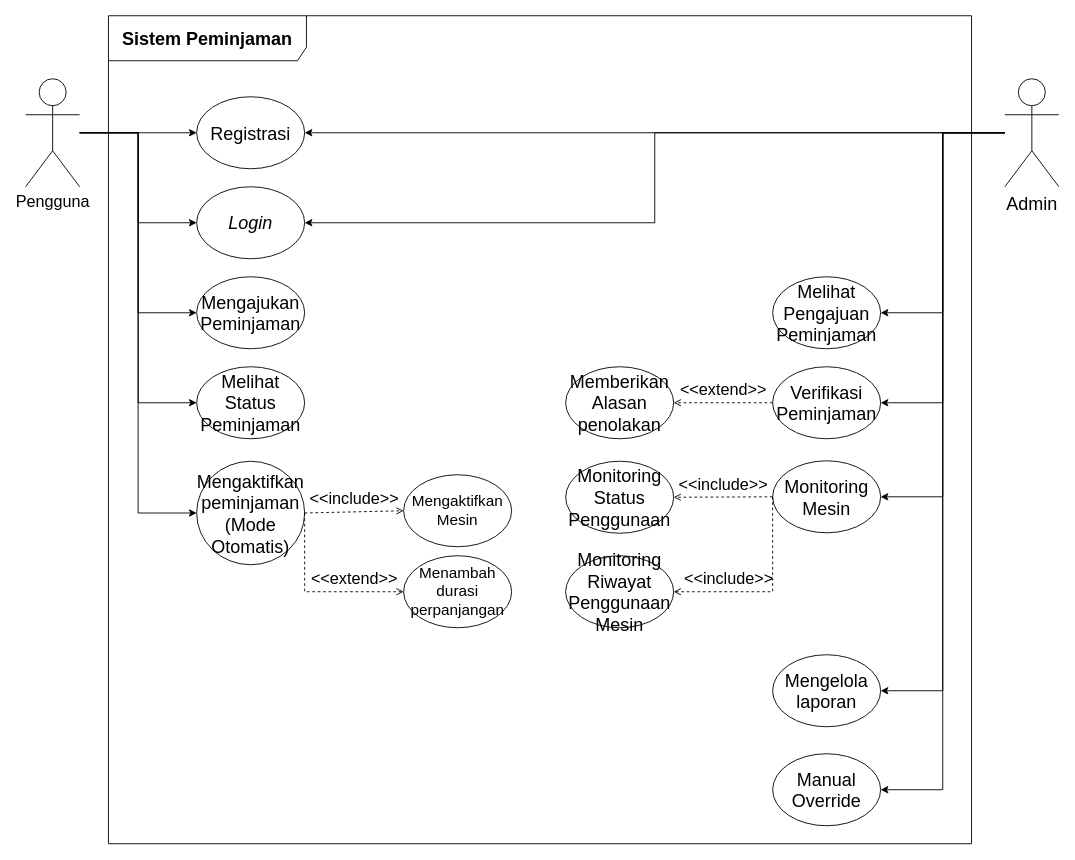
This is page "Salinan Use Case" (29 of 45) of Diagram Aktivitas Admin.drawio.xml from murtianggraeni/TugasAkhir_Flowchart, a draw.io file, before an edit. Source tidied: cells renumbered, new cells numbered last; positions are measured from the earlier drawing's top-left corner, leaving out a move shared by most shapes. Both pictures are drawn from the tidied source at 90%, with x=0, y=0 at pixel (25, 15).
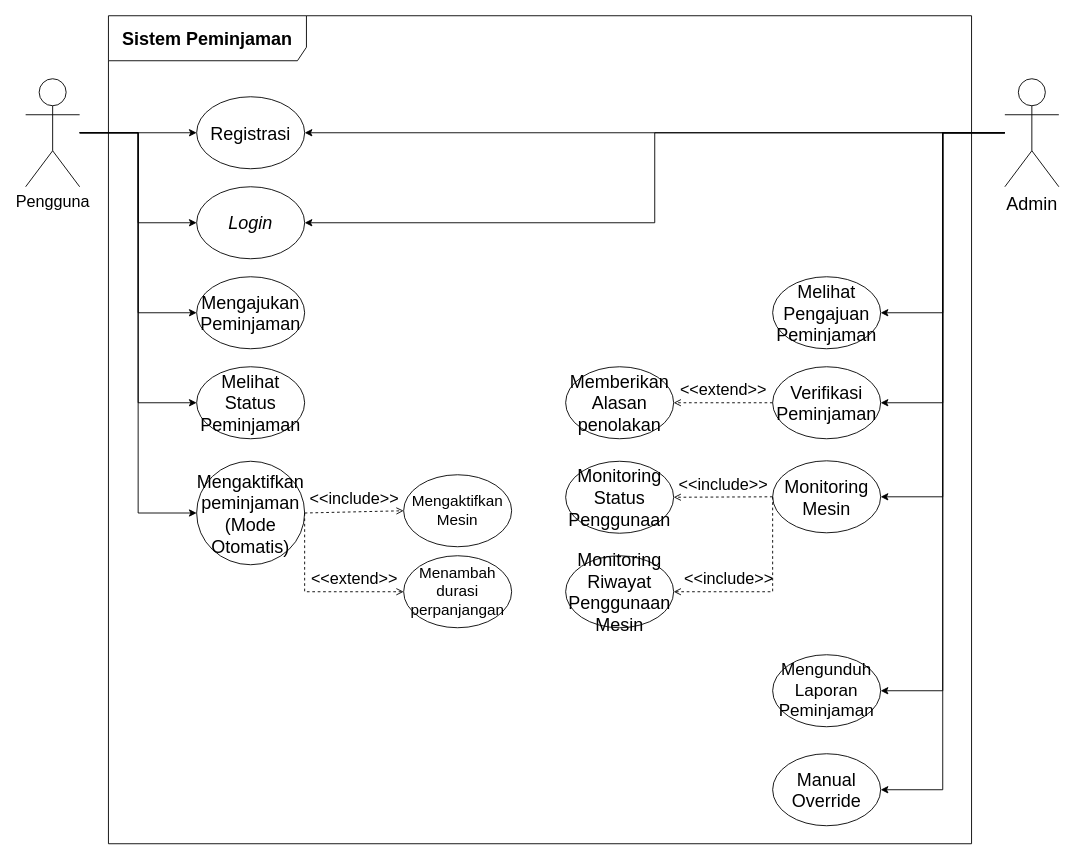
The same diagram, later.

Change to the diagram source:
```diff
@@
-    <mxCell id="29" value="&lt;span style=&quot;text-align: left;&quot;&gt;&lt;font style=&quot;font-size: 20px;&quot;&gt;Mengelola laporan&lt;/font&gt;&lt;/span&gt;" style="ellipse;whiteSpace=wrap;html=1;" parent="1" vertex="1">
+    <mxCell id="29" value="&lt;font style=&quot;font-size: 19px;&quot;&gt;Mengunduh Laporan Peminjaman&lt;/font&gt;" style="ellipse;whiteSpace=wrap;html=1;" parent="1" vertex="1">
       <mxGeometry x="830" y="710" width="120" height="80" as="geometry" />
     </mxCell>
```
